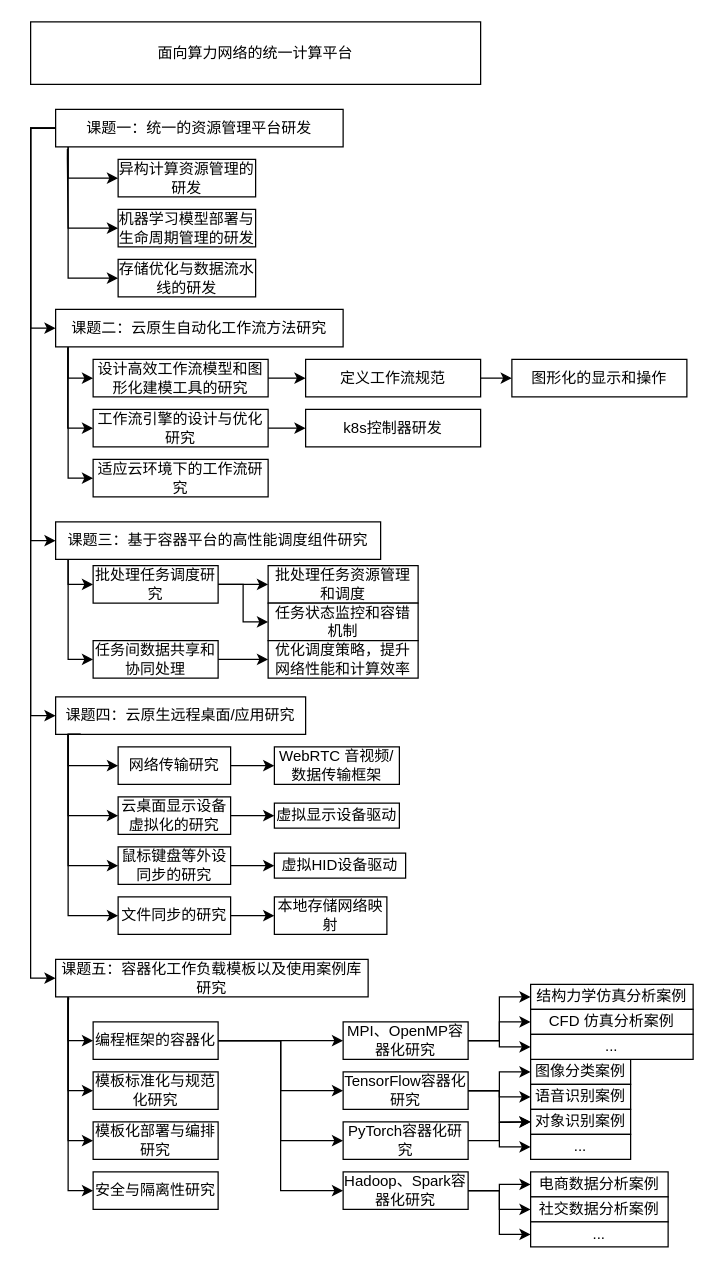
Earlier version of the draw.io diagram page "第 2 页" (2 of 3) of suanflow.drawio (Fruneng/drawio-storage). Source tidied: cells renumbered, new cells numbered last; positions are measured from the earlier drawing's top-left corner, leaving out a move shared by most shapes. Both pictures are drawn from the tidied source at 125%, with x=0, y=0 at pixel (30, 21).
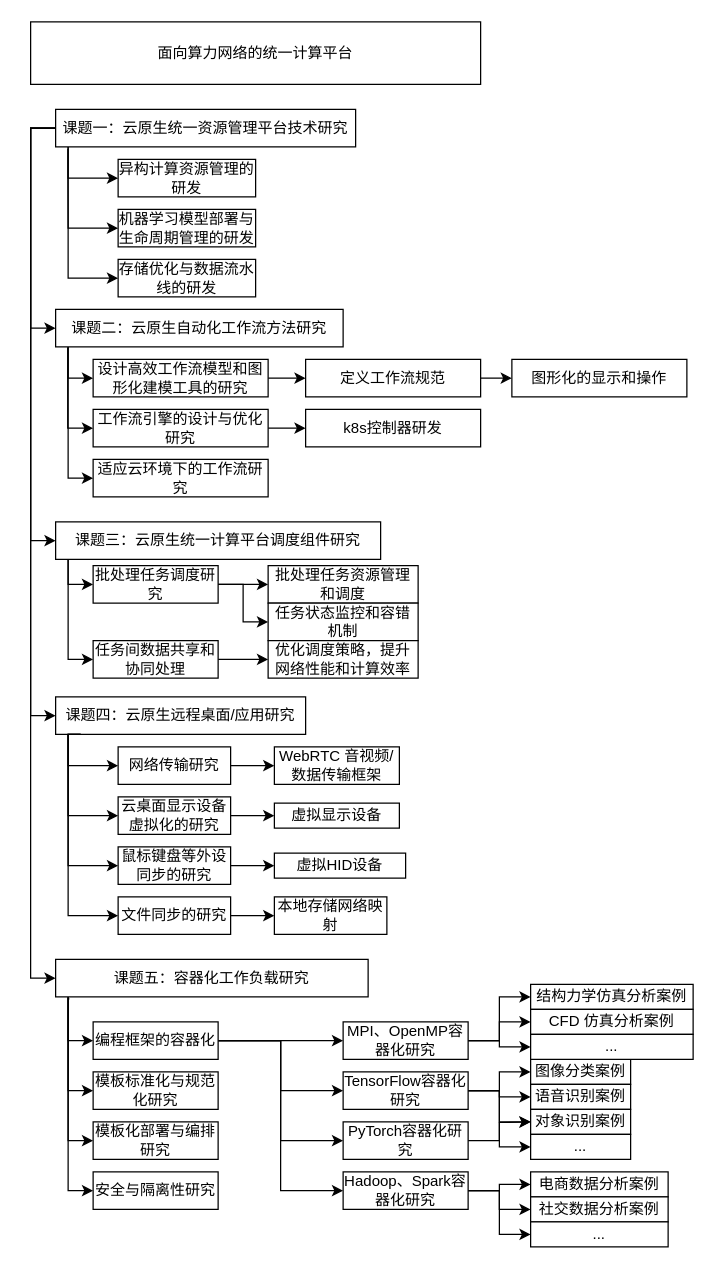
The same diagram, later.

The edit, as a diff of the source:
```diff
@@
-    <mxCell id="4" value="课题一：统一的资源管理平台研发" style="rounded=0;whiteSpace=wrap;html=1;" parent="1" vertex="1">
-      <mxGeometry x="20" y="70" width="230" height="30" as="geometry" />
+    <mxCell id="4" value="课题一：云原生统一资源管理平台技术研究" style="rounded=0;whiteSpace=wrap;html=1;" parent="1" vertex="1">
+      <mxGeometry x="20" y="70" width="240" height="30" as="geometry" />
     </mxCell>
@@
-    <mxCell id="8" value="课题三：基于容器平台的高性能调度组件研究" style="rounded=0;whiteSpace=wrap;html=1;" parent="1" vertex="1">
+    <mxCell id="8" value="课题三：云原生统一计算平台调度组件研究" style="rounded=0;whiteSpace=wrap;html=1;" parent="1" vertex="1">
       <mxGeometry x="20" y="400" width="260" height="30" as="geometry" />
     </mxCell>
@@
-    <mxCell id="10" value="课题五：容器化工作负载模板以及使用案例库研究" style="rounded=0;whiteSpace=wrap;html=1;" parent="1" vertex="1">
+    <mxCell id="10" value="课题五：容器化工作负载研究" style="rounded=0;whiteSpace=wrap;html=1;" parent="1" vertex="1">
       <mxGeometry x="20" y="750" width="250" height="30" as="geometry" />
     </mxCell>
@@
-    <mxCell id="59" value="虚拟显示设备驱动" style="rounded=0;whiteSpace=wrap;html=1;" parent="1" vertex="1">
+    <mxCell id="59" value="虚拟显示设备" style="rounded=0;whiteSpace=wrap;html=1;" parent="1" vertex="1">
       <mxGeometry x="195" y="625" width="100" height="20" as="geometry" />
     </mxCell>
@@
-    <mxCell id="64" value="虚拟HID设备驱动" style="rounded=0;whiteSpace=wrap;html=1;" parent="1" vertex="1">
+    <mxCell id="64" value="虚拟HID设备" style="rounded=0;whiteSpace=wrap;html=1;" parent="1" vertex="1">
       <mxGeometry x="195" y="665" width="105" height="20" as="geometry" />
     </mxCell>
```
